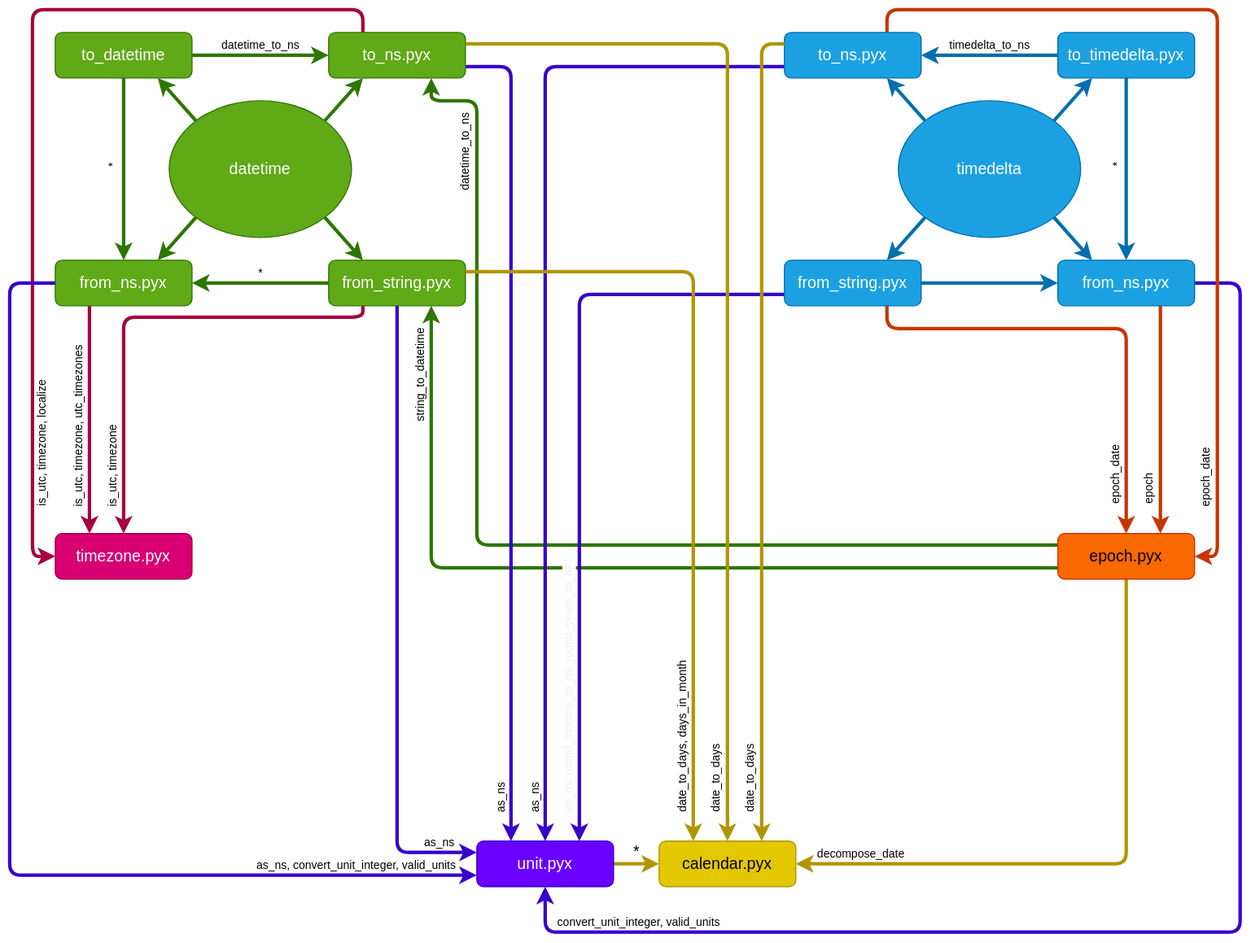
This is docs/time_dependency.drawio.svg from eerkela/bertrand, a draw.io export, as it was before one commit. Source tidied: cells renumbered, new cells last; positions are measured from the earlier drawing's top-left corner, leaving out a move shared by most shapes.
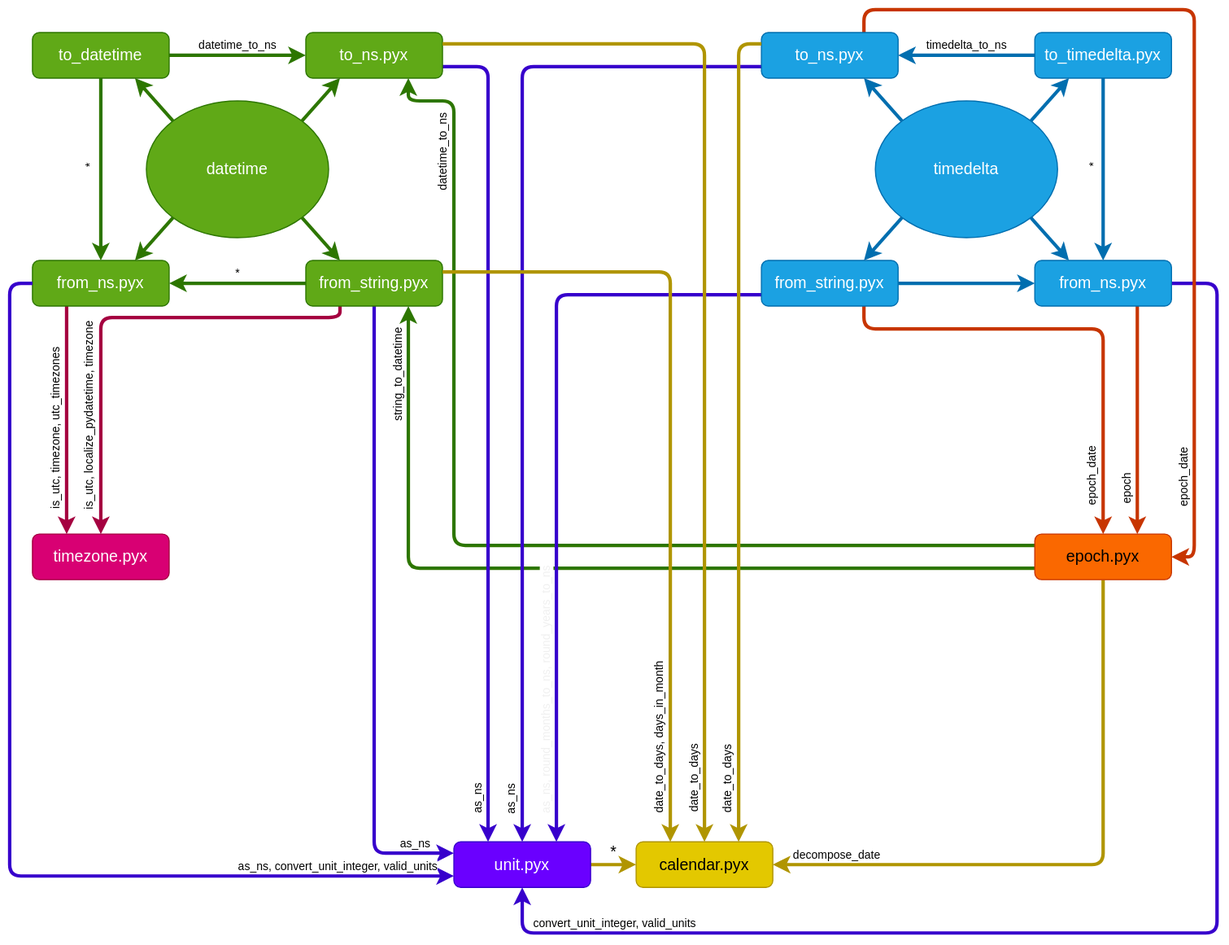
Above is the later version.

Change to the diagram source:
```diff
@@ -51,20 +51,11 @@
       <mxGeometry x="140" y="80" width="160" height="120" as="geometry" />
     </mxCell>
     <mxCell id="14" value="is_utc, timezone, utc_timezones" style="edgeStyle=none;html=1;entryX=0.25;entryY=0;entryDx=0;entryDy=0;fontSize=10;exitX=0.25;exitY=1;exitDx=0;exitDy=0;strokeWidth=3;fillColor=#d80073;strokeColor=#A50040;verticalAlign=bottom;horizontal=0;spacingLeft=-8;" parent="1" edge="1" source="15" target="44">
-      <mxGeometry x="0.09" relative="1" as="geometry" />
+      <mxGeometry x="0.11" relative="1" as="geometry" />
     </mxCell>
     <mxCell id="15" value="from_ns.pyx" style="rounded=1;whiteSpace=wrap;html=1;fontSize=14;fillColor=#60a917;fontColor=#ffffff;strokeColor=#2D7600;" parent="1" vertex="1">
       <mxGeometry x="40" y="220" width="120" height="40" as="geometry" />
     </mxCell>
-    <mxCell id="16" value="is_utc, timezone, localize" style="edgeStyle=none;html=1;exitX=0.25;exitY=0;exitDx=0;exitDy=0;entryX=0;entryY=0.5;entryDx=0;entryDy=0;fontSize=10;strokeWidth=3;fillColor=#d80073;strokeColor=#A50040;verticalAlign=top;horizontal=0;spacingLeft=6;" parent="1" edge="1" source="18" target="44">
-      <mxGeometry x="0.69" relative="1" as="geometry">
-        <Array as="points">
-          <mxPoint x="310" />
-          <mxPoint x="20" />
-          <mxPoint x="20" y="480" />
-        </Array>
-      </mxGeometry>
-    </mxCell>
     <mxCell id="17" value="as_ns" style="edgeStyle=none;html=1;exitX=1;exitY=0.75;exitDx=0;exitDy=0;entryX=0.25;entryY=0;entryDx=0;entryDy=0;fontSize=10;strokeWidth=3;fillColor=#6a00ff;strokeColor=#3700CC;verticalAlign=bottom;horizontal=0;spacingLeft=-7;" parent="1" edge="1" source="18" target="41">
       <mxGeometry x="0.91" relative="1" as="geometry">
         <Array as="points">
@@ -92,8 +83,8 @@
         </Array>
       </mxGeometry>
     </mxCell>
-    <mxCell id="22" value="is_utc, timezone" style="edgeStyle=none;html=1;exitX=0.25;exitY=1;exitDx=0;exitDy=0;fontSize=10;entryX=0.5;entryY=0;entryDx=0;entryDy=0;strokeWidth=3;fillColor=#d80073;strokeColor=#A50040;verticalAlign=bottom;horizontal=0;spacingLeft=-8;" parent="1" edge="1" source="23" target="44">
-      <mxGeometry x="0.73" relative="1" as="geometry">
+    <mxCell id="22" value="is_utc, localize_pydatetime, timezone" style="edgeStyle=none;html=1;exitX=0.25;exitY=1;exitDx=0;exitDy=0;fontSize=10;entryX=0.5;entryY=0;entryDx=0;entryDy=0;strokeWidth=3;fillColor=#d80073;strokeColor=#A50040;verticalAlign=bottom;horizontal=0;spacingLeft=-8;" parent="1" edge="1" source="23" target="44">
+      <mxGeometry x="0.51" relative="1" as="geometry">
         <Array as="points">
           <mxPoint x="310" y="270" />
           <mxPoint x="100" y="270" />
@@ -194,8 +185,8 @@
     <mxCell id="45" value="as_ns, convert_unit_integer, valid_units" style="edgeStyle=none;html=1;exitX=0;exitY=0.5;exitDx=0;exitDy=0;fontSize=10;entryX=0;entryY=0.75;entryDx=0;entryDy=0;fillColor=#6a00ff;strokeColor=#3700CC;strokeWidth=3;verticalAlign=bottom;horizontal=1;spacingLeft=0;" parent="1" edge="1" source="15" target="41">
       <mxGeometry x="0.78" relative="1" as="geometry">
         <Array as="points">
-          <mxPoint y="240" />
-          <mxPoint y="760" />
+          <mxPoint x="20" y="240" />
+          <mxPoint x="20" y="760" />
         </Array>
       </mxGeometry>
     </mxCell>
```
